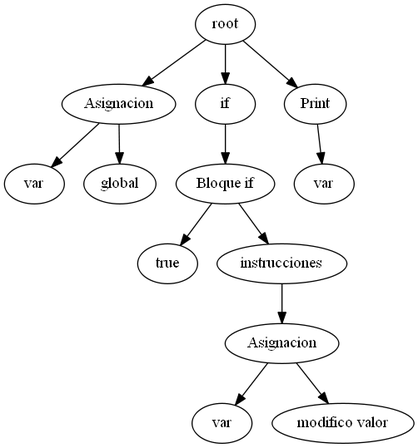
EverChicas/ARIT keeps this Graphviz diagram as SoftwareArit/AST.png. Above is the earlier version. Its source is kept beside it as SoftwareArit/AST.dot.
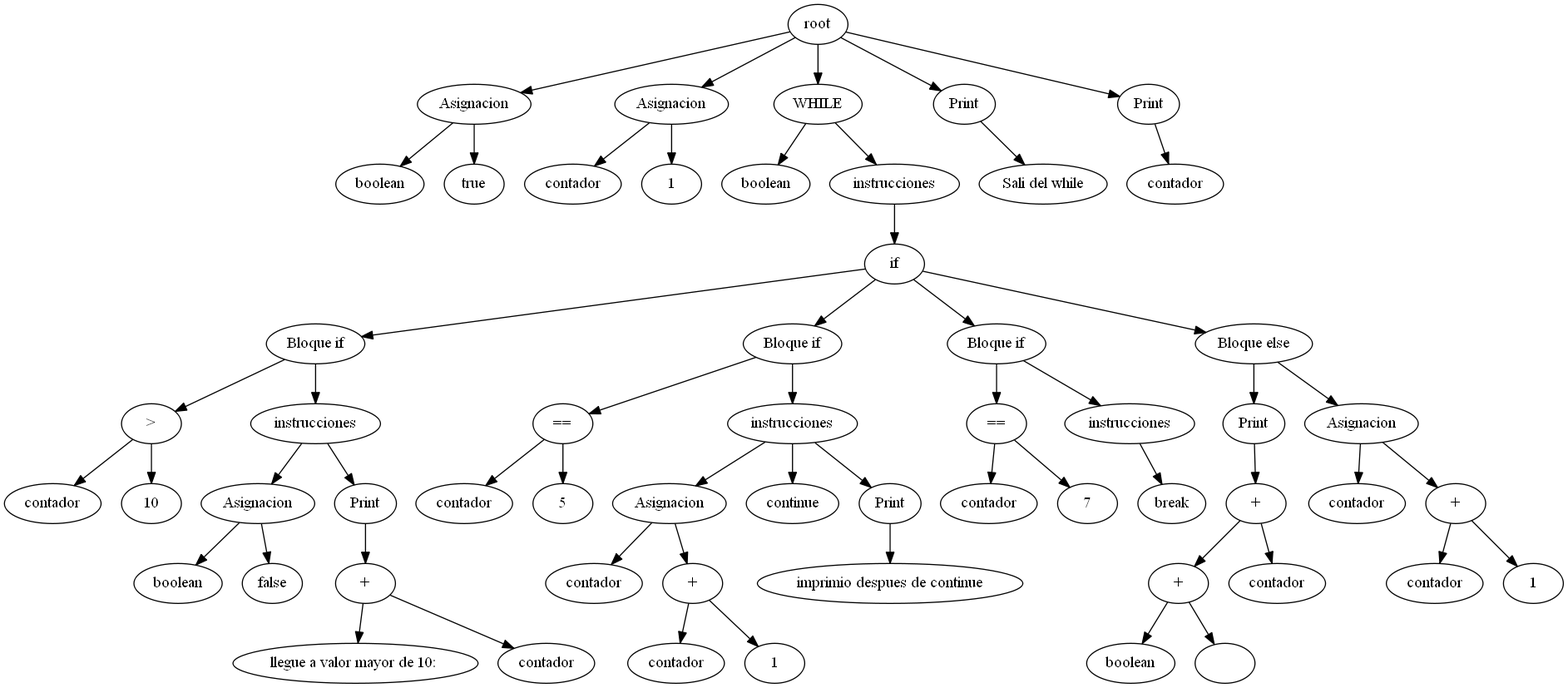
The same diagram one commit later.

Commit message:
Funciona while, usando break, continue

The edit, as a diff of the source:
```diff
@@ -1,31 +1,135 @@
 digraph G{
-13 [label = "root"];
-2 [label = "var"];
+59 [label = "root"];
+2 [label = "boolean"];
 3 [label = "Asignacion"];
 3 -> 2;
-1 [label = "global"];
+1 [label = "true"];
 3 [label = "Asignacion"];
 3 -> 1;
-10[label = "if"];
-4 [label = "true"];
-9 [label = "Bloque if"];
-9 -> 4;
-8[label = "instrucciones"];
-6 [label = "var"];
-7 [label = "Asignacion"];
-7 -> 6;
-5 [label = "modifico valor"];
-7 [label = "Asignacion"];
-7 -> 5;
-8 -> 7;
-9 [label = "Bloque if"];
-9 -> 8;
+5 [label = "contador"];
+6 [label = "Asignacion"];
+6 -> 5;
+4 [label = "1"];
+6 [label = "Asignacion"];
+6 -> 4;
+7 [label = "boolean"];
+54 [label = "WHILE"];
+54 -> 7;
+53[label = "instrucciones"];
+52[label = "if"];
+8 [label = "contador"];
+10 [label = ">"];
+10 -> 8;
+9 [label = "10"];
+10 [label = ">"];
 10 -> 9;
-11 [label = "var"];
-12 [label = "Print"];
-12 -> 11;
-13 -> 3;
-13 -> 10;
+19 [label = "Bloque if"];
+19 -> 10;
+18[label = "instrucciones"];
+12 [label = "boolean"];
+13 [label = "Asignacion"];
 13 -> 12;
+11 [label = "false"];
+13 [label = "Asignacion"];
+13 -> 11;
+14 [label = "llegue a valor mayor de 10: "];
+16 [label = "+"];
+16 -> 14;
+15 [label = "contador"];
+16 [label = "+"];
+16 -> 15;
+17 [label = "Print"];
+17 -> 16;
+18 -> 13;
+18 -> 17;
+19 [label = "Bloque if"];
+19 -> 18;
+20 [label = "contador"];
+22 [label = "=="];
+22 -> 20;
+21 [label = "5"];
+22 [label = "=="];
+22 -> 21;
+32 [label = "Bloque if"];
+32 -> 22;
+31[label = "instrucciones"];
+26 [label = "contador"];
+27 [label = "Asignacion"];
+27 -> 26;
+23 [label = "contador"];
+25 [label = "+"];
+25 -> 23;
+24 [label = "1"];
+25 [label = "+"];
+25 -> 24;
+27 [label = "Asignacion"];
+27 -> 25;
+28 [label = "continue"];
+29 [label = "imprimio despues de continue"];
+30 [label = "Print"];
+30 -> 29;
+31 -> 27;
+31 -> 28;
+31 -> 30;
+32 [label = "Bloque if"];
+32 -> 31;
+33 [label = "contador"];
+35 [label = "=="];
+35 -> 33;
+34 [label = "7"];
+35 [label = "=="];
+35 -> 34;
+38 [label = "Bloque if"];
+38 -> 35;
+37[label = "instrucciones"];
+36 [label = "break"];
+37 -> 36;
+38 [label = "Bloque if"];
+38 -> 37;
+51[label = "Bloque else"];
+39 [label = "boolean"];
+41 [label = "+"];
+41 -> 39;
+40 [label = " "];
+41 [label = "+"];
+41 -> 40;
+43 [label = "+"];
+43 -> 41;
+42 [label = "contador"];
+43 [label = "+"];
+43 -> 42;
+44 [label = "Print"];
+44 -> 43;
+48 [label = "contador"];
+49 [label = "Asignacion"];
+49 -> 48;
+45 [label = "contador"];
+47 [label = "+"];
+47 -> 45;
+46 [label = "1"];
+47 [label = "+"];
+47 -> 46;
+49 [label = "Asignacion"];
+49 -> 47;
+51 -> 44;
+51 -> 49;
+52 -> 19;
+52 -> 32;
+52 -> 38;
+52 -> 51;
+53 -> 52;
+54 [label = "WHILE"];
+54 -> 53;
+55 [label = "Sali del while"];
+56 [label = "Print"];
+56 -> 55;
+57 [label = "contador"];
+58 [label = "Print"];
+58 -> 57;
+59 -> 3;
+59 -> 6;
+59 -> 54;
+59 -> 56;
+59 -> 58;
 
 }
```
